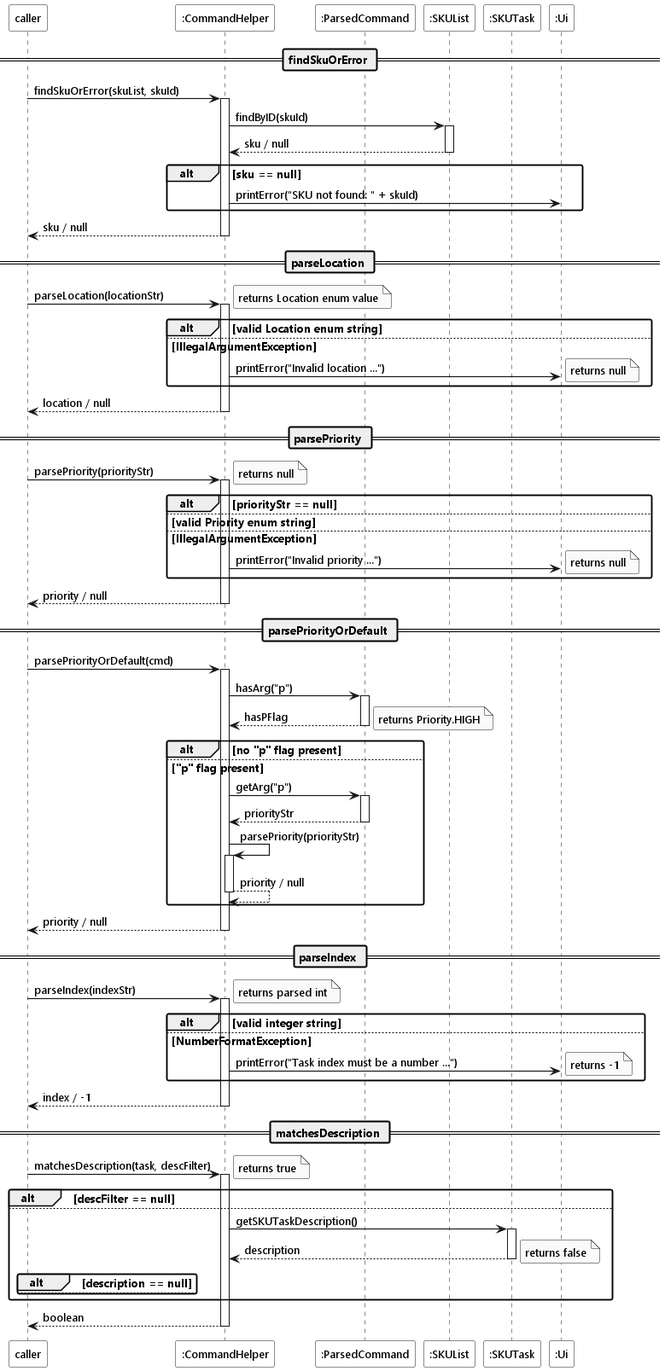
This is docs/diagrams/command/commandHelperSequence.png from omcodedthis/tp, a PlantUML export, as it was before one commit.
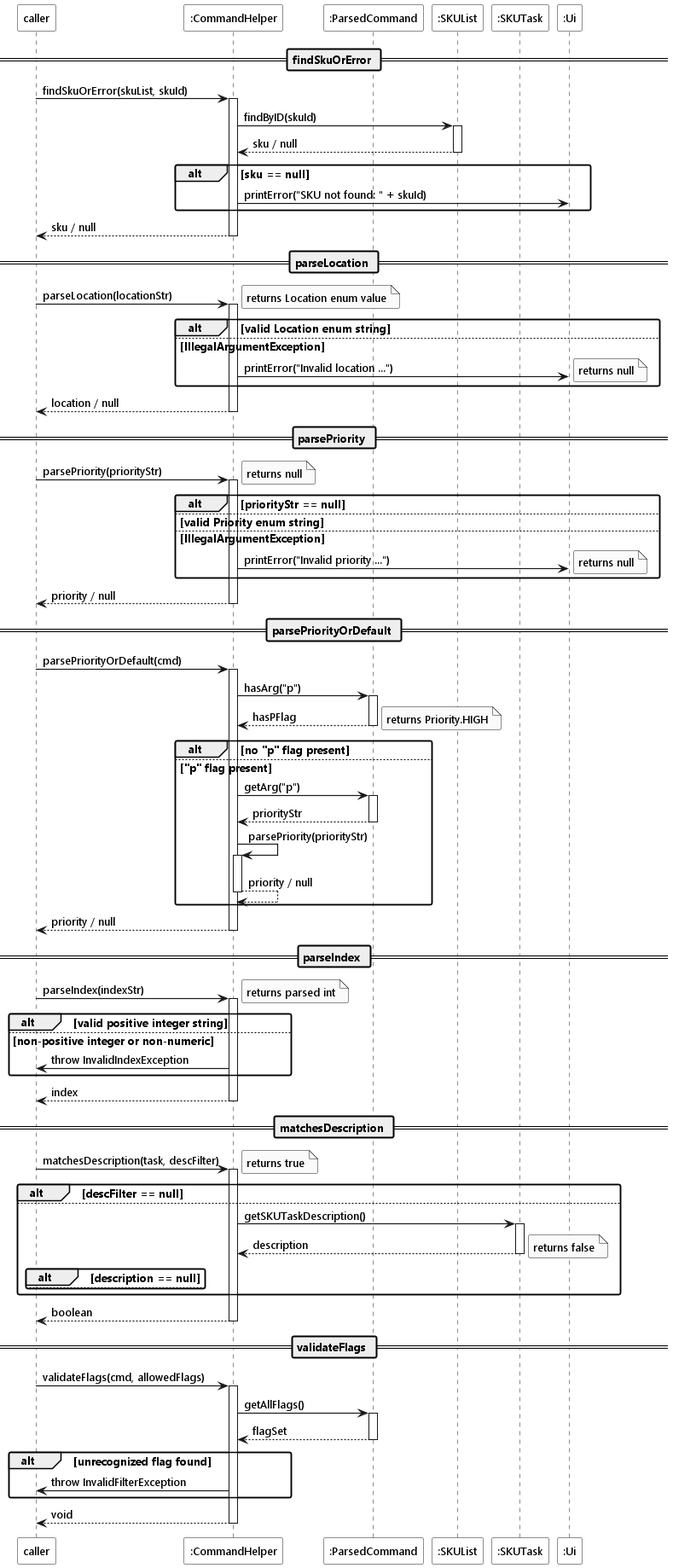
After the change.

Commit message:
updated puml diagrams to reflect the previous changes for DG; added in test cases in previous commit

Diff of the diagram source:
```diff
@@ -72,14 +72,13 @@
 
 caller -> helper ++ : parseIndex(indexStr)
 
-alt valid integer string
+alt valid positive integer string
     note right : returns parsed int
-else NumberFormatException
-    helper -> ui : printError("Task index must be a number ...")
-    note right : returns -1
+else non-positive integer or non-numeric
+    helper -> caller : throw InvalidIndexException
 end
 
-return index / -1
+return index
 
 == matchesDescription ==
 
@@ -99,4 +98,17 @@
 end
 
 return boolean
+
+== validateFlags ==
+
+caller -> helper ++ : validateFlags(cmd, allowedFlags)
+
+helper -> cmd ++ : getAllFlags()
+return flagSet
+
+alt unrecognized flag found
+    helper -> caller : throw InvalidFilterException
+end
+
+return void
 @enduml
```
